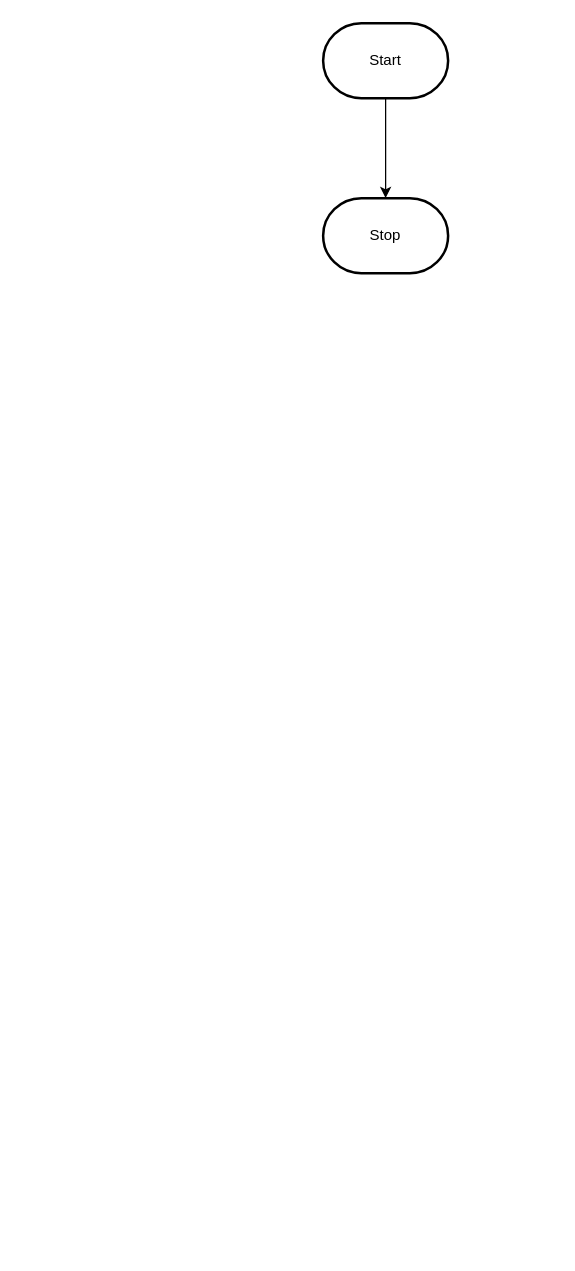
Earlier version of the draw.io diagram design/flowchart.drawio (MTHS-TEJ2O-1-2023/TEJ2O-Unit-2-05-michael-bruneau). Source tidied: cells renumbered, new cells numbered last; positions are measured from the earlier drawing's top-left corner, leaving out a move shared by most shapes. Both pictures are drawn from the tidied source at 125%, with x=0, y=0 at pixel (322, 22).
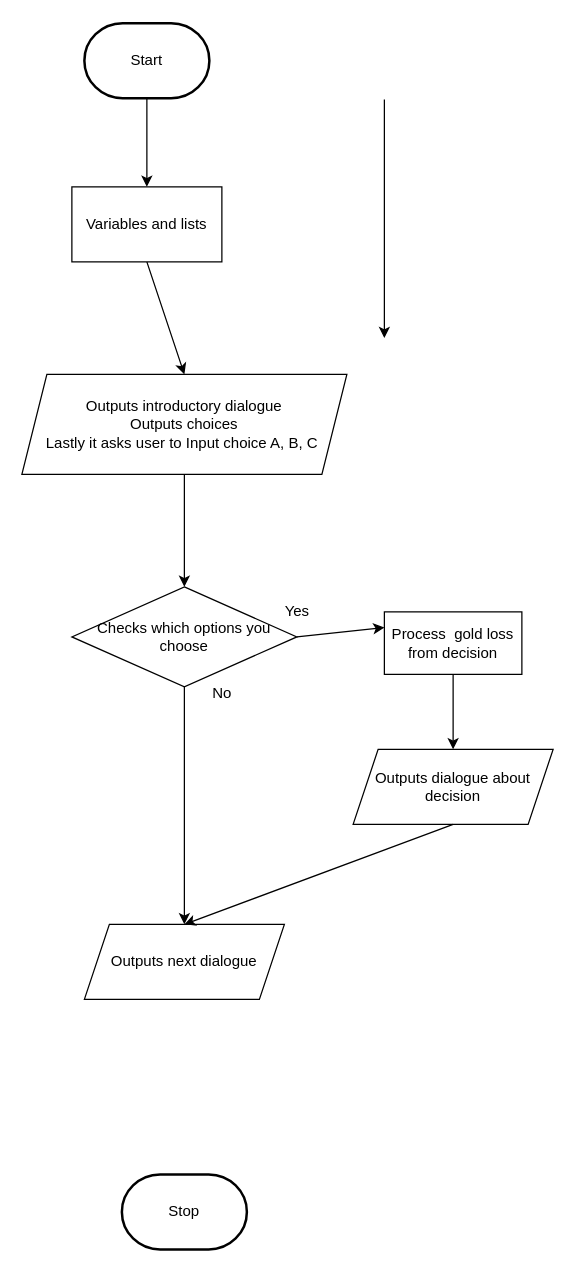
Above is the later version.

Commit message:
Creating flowchart for grade 11

The edit, as a diff of the source:
```diff
@@
-    <mxCell id="2" style="edgeStyle=orthogonalEdgeStyle;html=1;rounded=0;" parent="1" edge="1" source="3" target="4">
-      <mxGeometry relative="1" as="geometry" />
-    </mxCell>
     <mxCell id="3" value="Start" style="strokeWidth=2;html=1;shape=mxgraph.flowchart.terminator;whiteSpace=wrap;" parent="1" vertex="1">
-      <mxGeometry width="100" height="60" as="geometry" />
+      <mxGeometry x="-191" width="100" height="60" as="geometry" />
     </mxCell>
     <mxCell id="4" value="Stop" style="strokeWidth=2;html=1;shape=mxgraph.flowchart.terminator;whiteSpace=wrap;" parent="1" vertex="1">
-      <mxGeometry y="140" width="100" height="60" as="geometry" />
+      <mxGeometry x="-161" y="921" width="100" height="60" as="geometry" />
     </mxCell>
+    <mxCell id="5" style="html=1;rounded=0;exitX=0.5;exitY=1;exitDx=0;exitDy=0;entryX=0.5;entryY=0;entryDx=0;entryDy=0;" parent="1" edge="1" source="6" target="9">
+      <mxGeometry relative="1" as="geometry" />
+    </mxCell>
+    <mxCell id="6" value="Variables and lists" style="rounded=0;whiteSpace=wrap;html=1;" parent="1" vertex="1">
+      <mxGeometry x="-201" y="131" width="120" height="60" as="geometry" />
+    </mxCell>
+    <mxCell id="7" style="html=1;rounded=0;exitX=0.5;exitY=1;exitDx=0;exitDy=0;exitPerimeter=0;entryX=0.5;entryY=0;entryDx=0;entryDy=0;" parent="1" edge="1" source="3" target="6">
+      <mxGeometry relative="1" as="geometry" />
+    </mxCell>
+    <mxCell id="8" style="html=1;rounded=0;" parent="1" edge="1">
+      <mxGeometry relative="1" as="geometry">
+        <mxPoint x="49" y="61" as="sourcePoint" />
+        <mxPoint x="49" y="252" as="targetPoint" />
+      </mxGeometry>
+    </mxCell>
+    <mxCell id="9" value="Outputs introductory dialogue&lt;br&gt;Outputs choices&lt;br&gt;Lastly it asks user to Input choice A, B, C&amp;nbsp;" style="shape=parallelogram;perimeter=parallelogramPerimeter;whiteSpace=wrap;html=1;fixedSize=1;" parent="1" vertex="1">
+      <mxGeometry x="-241" y="281" width="260" height="80" as="geometry" />
+    </mxCell>
+    <mxCell id="10" style="edgeStyle=none;html=1;exitX=0.5;exitY=1;exitDx=0;exitDy=0;entryX=0.5;entryY=0;entryDx=0;entryDy=0;" parent="1" edge="1" source="11" target="12">
+      <mxGeometry relative="1" as="geometry" />
+    </mxCell>
+    <mxCell id="11" value="Checks which options you choose" style="rhombus;whiteSpace=wrap;html=1;" parent="1" vertex="1">
+      <mxGeometry x="-201" y="451" width="180" height="80" as="geometry" />
+    </mxCell>
+    <mxCell id="12" value="Outputs next dialogue" style="shape=parallelogram;perimeter=parallelogramPerimeter;whiteSpace=wrap;html=1;fixedSize=1;" parent="1" vertex="1">
+      <mxGeometry x="-191" y="721" width="160" height="60" as="geometry" />
+    </mxCell>
+    <mxCell id="13" value="No" style="text;html=1;align=center;verticalAlign=middle;strokeColor=none;fillColor=none;" parent="1" vertex="1">
+      <mxGeometry x="-101" y="521" width="40" height="30" as="geometry" />
+    </mxCell>
+    <mxCell id="14" value="Yes" style="text;html=1;align=center;verticalAlign=middle;strokeColor=none;fillColor=none;" parent="1" vertex="1">
+      <mxGeometry x="-41" y="456" width="40" height="30" as="geometry" />
+    </mxCell>
+    <mxCell id="15" style="html=1;rounded=0;exitX=0.5;exitY=1;exitDx=0;exitDy=0;entryX=0.5;entryY=0;entryDx=0;entryDy=0;" parent="1" edge="1" source="9" target="11">
+      <mxGeometry relative="1" as="geometry" />
+    </mxCell>
+    <mxCell id="16" value="Process&amp;nbsp; gold loss from decision" style="rounded=0;whiteSpace=wrap;html=1;" parent="1" vertex="1">
+      <mxGeometry x="49" y="471" width="110" height="50" as="geometry" />
+    </mxCell>
+    <mxCell id="17" value="Outputs dialogue about decision" style="shape=parallelogram;perimeter=parallelogramPerimeter;whiteSpace=wrap;html=1;fixedSize=1;" parent="1" vertex="1">
+      <mxGeometry x="24" y="581" width="160" height="60" as="geometry" />
+    </mxCell>
+    <mxCell id="18" style="html=1;rounded=0;exitX=1;exitY=0.5;exitDx=0;exitDy=0;entryX=0;entryY=0.25;entryDx=0;entryDy=0;" parent="1" edge="1" source="11" target="16">
+      <mxGeometry relative="1" as="geometry" />
+    </mxCell>
+    <mxCell id="19" style="html=1;rounded=0;entryX=0.5;entryY=0;entryDx=0;entryDy=0;exitX=0.5;exitY=1;exitDx=0;exitDy=0;" parent="1" edge="1" source="16" target="17">
+      <mxGeometry relative="1" as="geometry" />
+    </mxCell>
+    <mxCell id="20" style="html=1;rounded=0;entryX=0.5;entryY=0;entryDx=0;entryDy=0;exitX=0.5;exitY=1;exitDx=0;exitDy=0;" parent="1" edge="1" source="17" target="12">
+      <mxGeometry relative="1" as="geometry" />
+    </mxCell>
```
